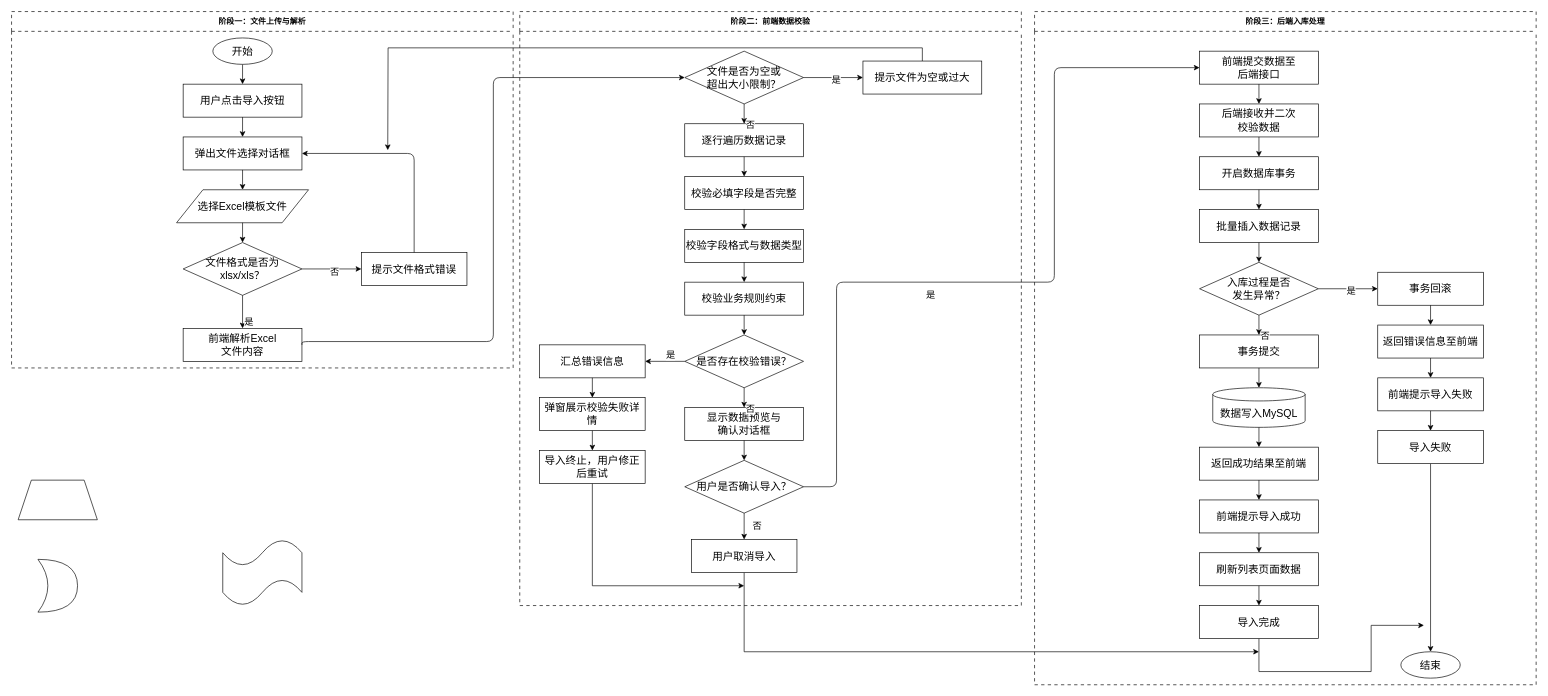
The draw.io diagram 未命名绘图.drawio in First-Lucky-Dog/vscode, before the edit. Source tidied: cells renumbered, new cells numbered last; positions are measured from the earlier drawing's top-left corner, leaving out a move shared by most shapes. Both pictures are drawn from the tidied source at 66%, with x=0, y=0 at pixel (11, 11).
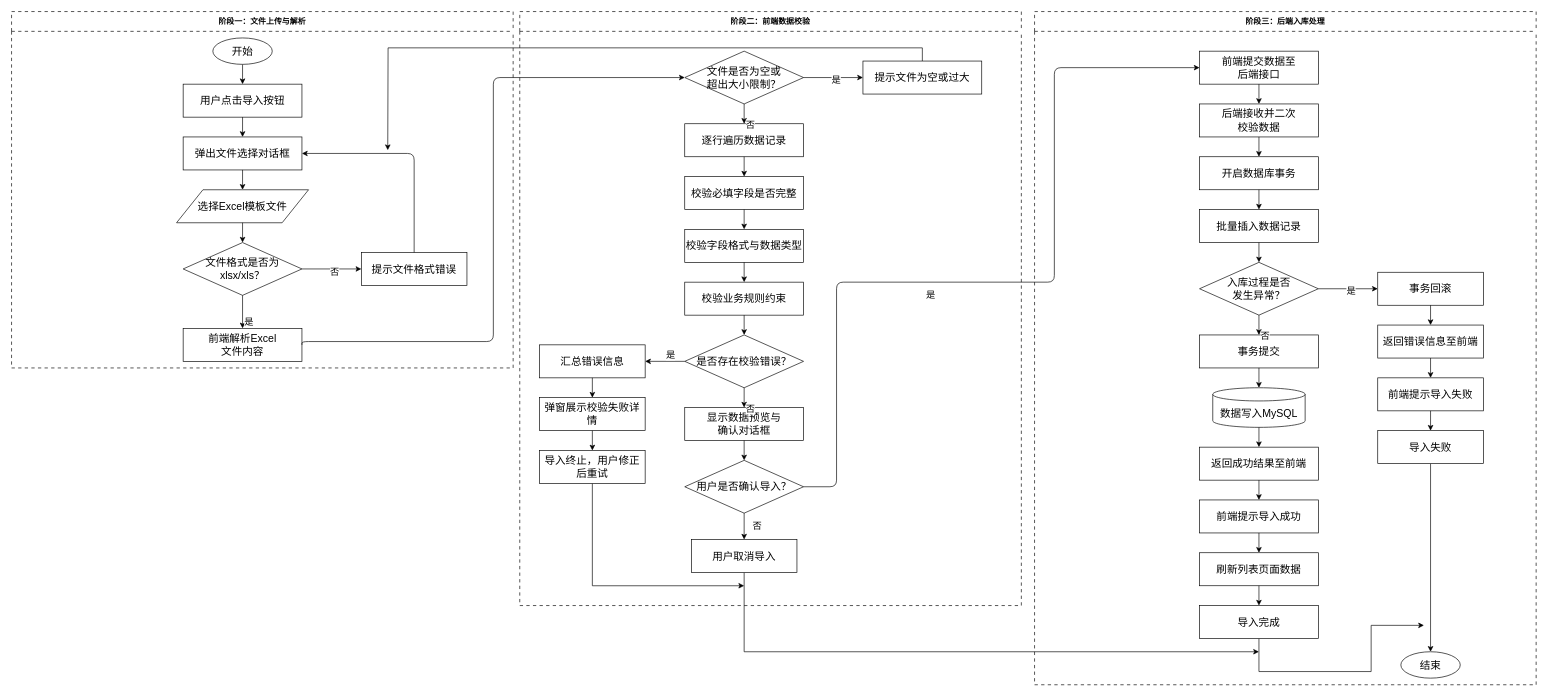
The same page after the edit.

Commit message:
更新未命名绘图.drawio

Diff of the diagram source:
```diff
@@
-    <mxCell id="91" style="shape=xor;whiteSpace=wrap;html=1;" parent="1" vertex="1">
-      <mxGeometry x="40" y="830" width="60" height="80" as="geometry" />
-    </mxCell>
-    <mxCell id="92" style="shape=tape;whiteSpace=wrap;html=1;" parent="1" vertex="1">
-      <mxGeometry x="320" y="800" width="120" height="100" as="geometry" />
-    </mxCell>
-    <mxCell id="93" style="shape=trapezoid;perimeter=trapezoidPerimeter;whiteSpace=wrap;html=1;fixedSize=1;" parent="1" vertex="1">
-      <mxGeometry x="10" y="710" width="120" height="60" as="geometry" />
-    </mxCell>
```
